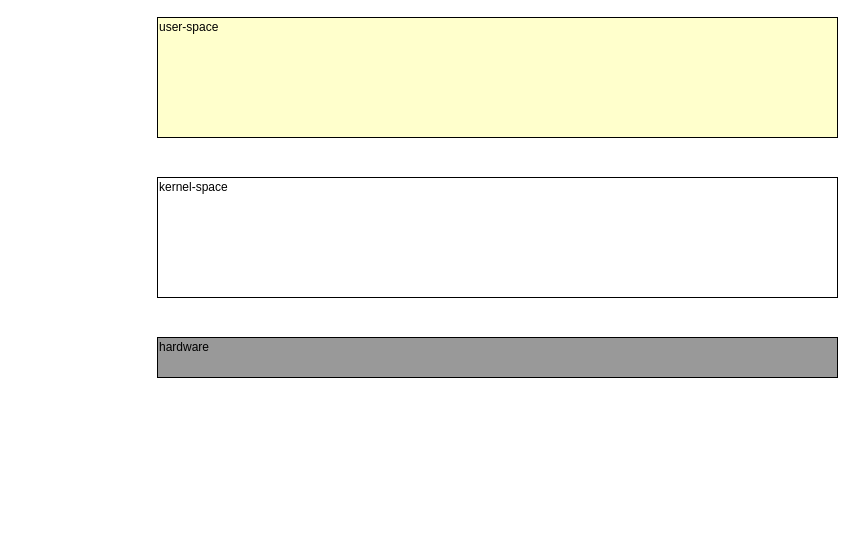
igmunv/Operation-System keeps this draw.io diagram as docs/os_schema.drawio. Above is the earlier version. Source tidied: cells renumbered, new cells numbered last; positions are measured from the earlier drawing's top-left corner, leaving out a move shared by most shapes. Both pictures are drawn from the tidied source at 100%, with x=0, y=0 at pixel (157, 17).
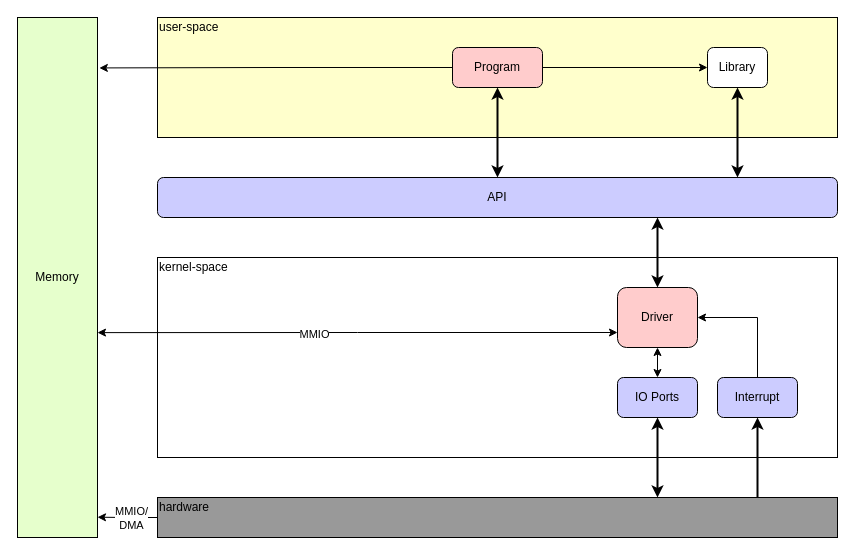
The same page after the edit.

What changed in the source:
```diff
@@
     <mxCell id="2" style="rounded=0;whiteSpace=wrap;html=1;" parent="1" vertex="1">
-      <mxGeometry y="160" width="680" height="120" as="geometry" />
+      <mxGeometry y="240" width="680" height="200" as="geometry" />
     </mxCell>
     <mxCell id="3" value="kernel-space" style="text;html=1;align=left;verticalAlign=middle;whiteSpace=wrap;rounded=0;" parent="1" vertex="1">
-      <mxGeometry y="160" width="80" height="20" as="geometry" />
+      <mxGeometry y="240" width="80" height="20" as="geometry" />
     </mxCell>
+    <mxCell id="8" style="edgeStyle=orthogonalEdgeStyle;rounded=0;jettySize=auto;html=1;entryX=0.5;entryY=1;entryDx=0;entryDy=0;strokeWidth=2;" parent="1" edge="1" source="4" target="21">
+      <mxGeometry relative="1" as="geometry">
+        <Array as="points">
+          <mxPoint x="600" y="460" />
+          <mxPoint x="600" y="460" />
+        </Array>
+      </mxGeometry>
+    </mxCell>
     <mxCell id="4" style="rounded=0;whiteSpace=wrap;html=1;fillColor=#999999;" parent="1" vertex="1">
-      <mxGeometry y="320" width="680" height="40" as="geometry" />
+      <mxGeometry y="480" width="680" height="40" as="geometry" />
     </mxCell>
     <mxCell id="5" value="hardware" style="text;html=1;align=left;verticalAlign=middle;whiteSpace=wrap;rounded=0;" parent="1" vertex="1">
-      <mxGeometry y="320" width="80" height="20" as="geometry" />
+      <mxGeometry y="480" width="80" height="20" as="geometry" />
     </mxCell>
@@
+    <mxCell id="9" style="edgeStyle=orthogonalEdgeStyle;rounded=0;jettySize=auto;html=1;exitX=1;exitY=0.5;exitDx=0;exitDy=0;entryX=0;entryY=0.5;entryDx=0;entryDy=0;" parent="1" edge="1" source="11" target="14">
+      <mxGeometry relative="1" as="geometry" />
+    </mxCell>
+    <mxCell id="10" style="edgeStyle=orthogonalEdgeStyle;rounded=0;jettySize=auto;html=1;exitX=0.5;exitY=1;exitDx=0;exitDy=0;entryX=0.5;entryY=0;entryDx=0;entryDy=0;strokeWidth=2;endArrow=classic;endFill=1;startArrow=classic;startFill=1;" parent="1" edge="1" source="11" target="13">
+      <mxGeometry relative="1" as="geometry" />
+    </mxCell>
+    <mxCell id="11" value="Program" style="rounded=1;whiteSpace=wrap;html=1;fillColor=#FFCCCC;" parent="1" vertex="1">
+      <mxGeometry x="295" y="30" width="90" height="40" as="geometry" />
+    </mxCell>
+    <mxCell id="12" style="edgeStyle=orthogonalEdgeStyle;rounded=0;jettySize=auto;html=1;entryX=0.5;entryY=0;entryDx=0;entryDy=0;strokeWidth=2;startArrow=classic;startFill=1;" parent="1" edge="1" source="13" target="16">
+      <mxGeometry relative="1" as="geometry">
+        <Array as="points">
+          <mxPoint x="500" y="250" />
+          <mxPoint x="500" y="250" />
+        </Array>
+      </mxGeometry>
+    </mxCell>
+    <mxCell id="13" value="API" style="rounded=1;whiteSpace=wrap;html=1;fillColor=#CCCCFF;" parent="1" vertex="1">
+      <mxGeometry y="160" width="680" height="40" as="geometry" />
+    </mxCell>
+    <mxCell id="14" value="Library" style="rounded=1;whiteSpace=wrap;html=1;" parent="1" vertex="1">
+      <mxGeometry x="550" y="30" width="60" height="40" as="geometry" />
+    </mxCell>
+    <mxCell id="15" style="edgeStyle=orthogonalEdgeStyle;rounded=0;jettySize=auto;html=1;exitX=0.5;exitY=1;exitDx=0;exitDy=0;entryX=0.5;entryY=0;entryDx=0;entryDy=0;startArrow=classic;startFill=1;" parent="1" edge="1" source="16" target="22">
+      <mxGeometry relative="1" as="geometry" />
+    </mxCell>
+    <mxCell id="16" value="Driver" style="rounded=1;whiteSpace=wrap;html=1;fillColor=#FFCCCC;" parent="1" vertex="1">
+      <mxGeometry x="460" y="270" width="80" height="60" as="geometry" />
+    </mxCell>
+    <mxCell id="17" style="edgeStyle=orthogonalEdgeStyle;rounded=0;jettySize=auto;html=1;exitX=0.5;exitY=1;exitDx=0;exitDy=0;strokeWidth=2;startArrow=classic;startFill=1;" parent="1" edge="1" source="14">
+      <mxGeometry relative="1" as="geometry">
+        <mxPoint x="580" y="160" as="targetPoint" />
+      </mxGeometry>
+    </mxCell>
+    <mxCell id="18" value="Memory" style="rounded=0;whiteSpace=wrap;html=1;fillColor=#E6FFCC;" parent="1" vertex="1">
+      <mxGeometry x="-140" width="80" height="520" as="geometry" />
+    </mxCell>
+    <mxCell id="19" style="edgeStyle=orthogonalEdgeStyle;rounded=0;jettySize=auto;html=1;exitX=0;exitY=0.5;exitDx=0;exitDy=0;entryX=1.023;entryY=0.097;entryDx=0;entryDy=0;entryPerimeter=0;" parent="1" edge="1" source="11" target="18">
+      <mxGeometry relative="1" as="geometry" />
+    </mxCell>
+    <mxCell id="20" style="edgeStyle=orthogonalEdgeStyle;rounded=0;jettySize=auto;html=1;exitX=0.5;exitY=0;exitDx=0;exitDy=0;entryX=1;entryY=0.5;entryDx=0;entryDy=0;" parent="1" edge="1" source="21" target="16">
+      <mxGeometry relative="1" as="geometry" />
+    </mxCell>
+    <mxCell id="21" value="Interrupt" style="rounded=1;whiteSpace=wrap;html=1;fillColor=#CCCCFF;" parent="1" vertex="1">
+      <mxGeometry x="560" y="360" width="80" height="40" as="geometry" />
+    </mxCell>
+    <mxCell id="22" value="IO Ports" style="rounded=1;whiteSpace=wrap;html=1;fillColor=#CCCCFF;" parent="1" vertex="1">
+      <mxGeometry x="460" y="360" width="80" height="40" as="geometry" />
+    </mxCell>
+    <mxCell id="23" style="edgeStyle=orthogonalEdgeStyle;rounded=0;jettySize=auto;html=1;exitX=0.5;exitY=1;exitDx=0;exitDy=0;strokeWidth=2;startArrow=classic;startFill=1;" parent="1" edge="1" source="22">
+      <mxGeometry relative="1" as="geometry">
+        <mxPoint x="500" y="480" as="targetPoint" />
+        <Array as="points">
+          <mxPoint x="500" y="480" />
+        </Array>
+      </mxGeometry>
+    </mxCell>
+    <mxCell id="24" style="edgeStyle=orthogonalEdgeStyle;rounded=0;jettySize=auto;html=1;exitX=0;exitY=0.5;exitDx=0;exitDy=0;entryX=1;entryY=0.961;entryDx=0;entryDy=0;entryPerimeter=0;" parent="1" edge="1" source="4" target="18">
+      <mxGeometry relative="1" as="geometry" />
+    </mxCell>
+    <mxCell id="25" value="MMIO/&lt;br&gt;DMA" style="edgeLabel;html=1;align=center;verticalAlign=middle;" parent="24" vertex="1">
+      <mxGeometry x="-0.3" y="2" relative="1" as="geometry">
+        <mxPoint x="-6" y="-2" as="offset" />
+      </mxGeometry>
+    </mxCell>
+    <mxCell id="26" style="edgeStyle=orthogonalEdgeStyle;rounded=0;jettySize=auto;html=1;exitX=0;exitY=0.75;exitDx=0;exitDy=0;entryX=1;entryY=0.606;entryDx=0;entryDy=0;entryPerimeter=0;startArrow=classic;startFill=1;" parent="1" edge="1" source="16" target="18">
+      <mxGeometry relative="1" as="geometry" />
+    </mxCell>
+    <mxCell id="27" value="MMIO" style="edgeLabel;html=1;align=center;verticalAlign=middle;" parent="26" vertex="1">
+      <mxGeometry x="0.17" y="1" relative="1" as="geometry" />
+    </mxCell>
```
